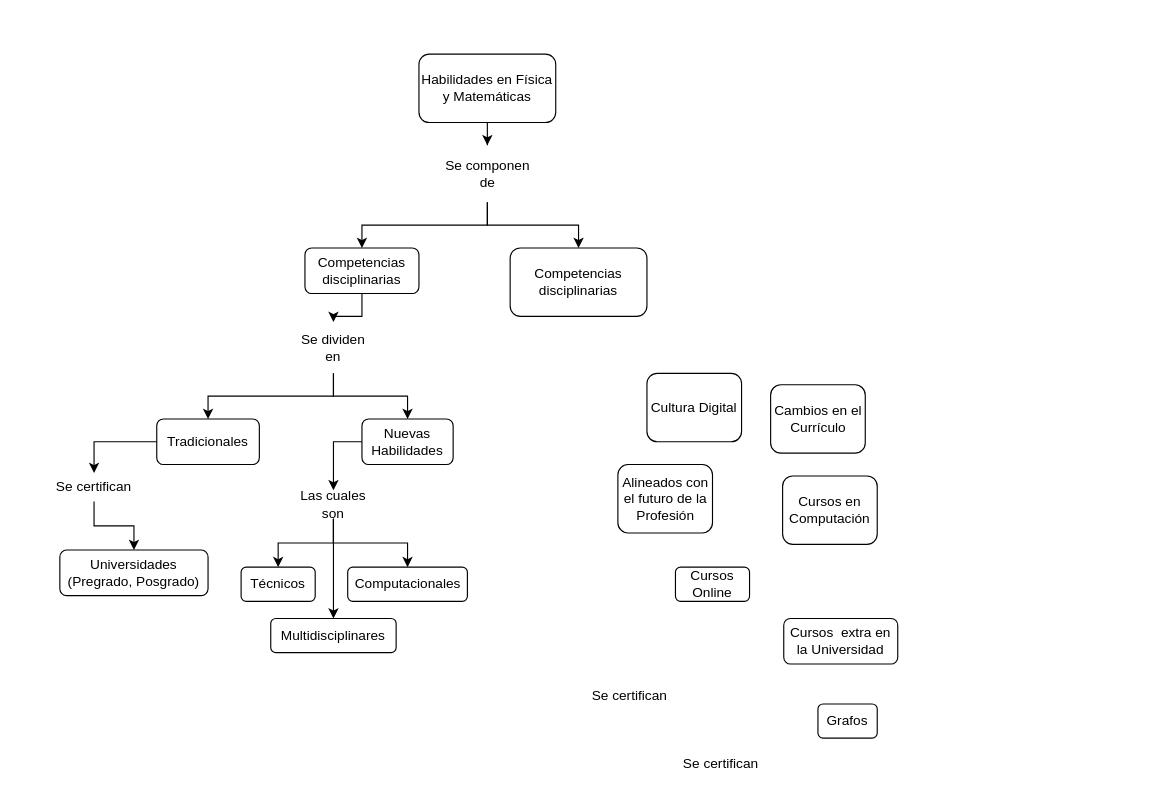
Before: Untitled Diagram.drawio in Andrescqs/test, a draw.io diagram. Source tidied: cells renumbered, new cells numbered last; positions are measured from the earlier drawing's top-left corner, leaving out a move shared by most shapes. Both pictures are drawn from the tidied source at 114%, with x=0, y=0 at pixel (54, 54).
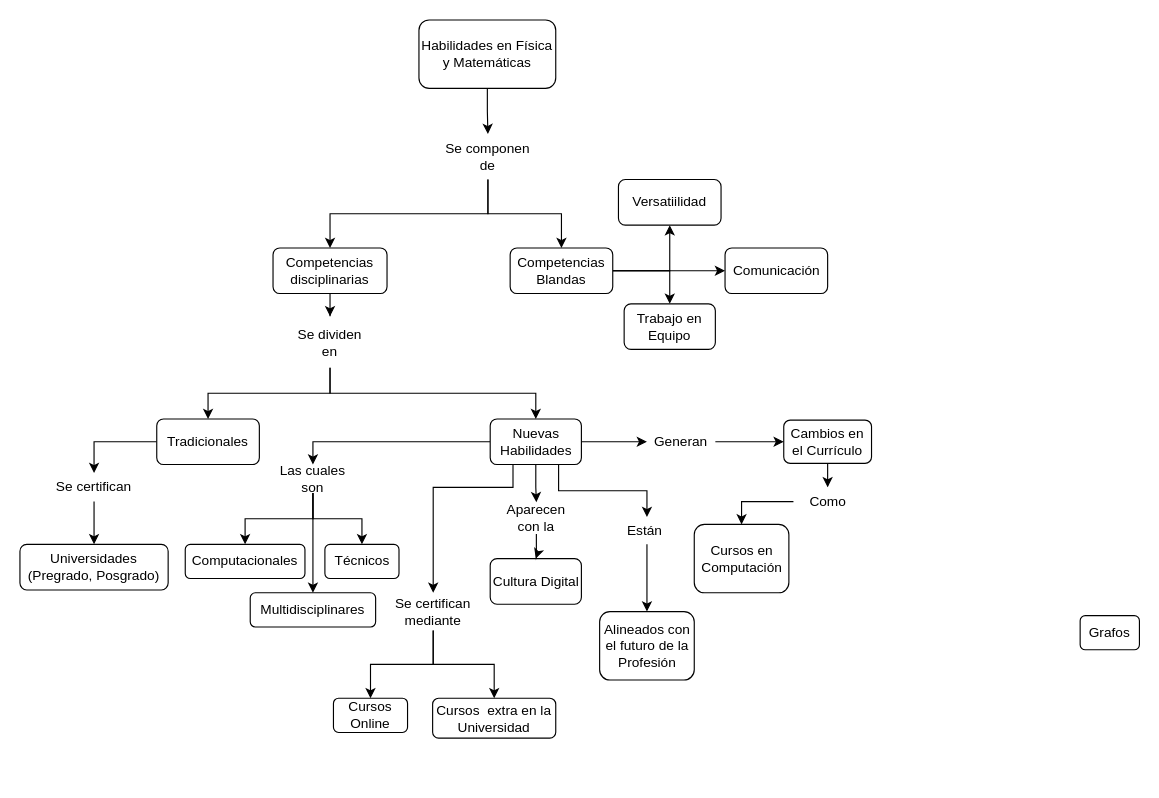
Above is the later version.

What changed in the source:
```diff
@@
     <mxCell id="3" value="Habilidades en Física y Matemáticas" style="rounded=1;whiteSpace=wrap;html=1;" parent="1" vertex="1">
-      <mxGeometry x="320" width="120" height="60" as="geometry" />
+      <mxGeometry x="320" y="-30" width="120" height="60" as="geometry" />
     </mxCell>
@@
     <mxCell id="5" value="Competencias disciplinarias" style="rounded=1;whiteSpace=wrap;html=1;" parent="1" vertex="1">
-      <mxGeometry x="220" y="170" width="100" height="40" as="geometry" />
+      <mxGeometry x="192" y="170" width="100" height="40" as="geometry" />
     </mxCell>
@@
+    <mxCell id="36" style="edgeStyle=orthogonalEdgeStyle;rounded=0;jettySize=auto;html=1;entryX=0.5;entryY=0;entryDx=0;entryDy=0;exitX=0.25;exitY=1;exitDx=0;exitDy=0;" parent="1" edge="1" source="7" target="49">
+      <mxGeometry relative="1" as="geometry">
+        <Array as="points">
+          <mxPoint x="403" y="380" />
+          <mxPoint x="333" y="380" />
+        </Array>
+      </mxGeometry>
+    </mxCell>
+    <mxCell id="37" style="edgeStyle=orthogonalEdgeStyle;rounded=0;jettySize=auto;html=1;entryX=0.5;entryY=0;entryDx=0;entryDy=0;" parent="1" edge="1" source="7" target="51">
+      <mxGeometry relative="1" as="geometry" />
+    </mxCell>
+    <mxCell id="38" style="edgeStyle=orthogonalEdgeStyle;rounded=0;jettySize=auto;html=1;entryX=0.5;entryY=0;entryDx=0;entryDy=0;exitX=0.75;exitY=1;exitDx=0;exitDy=0;" parent="1" edge="1" source="7" target="34">
+      <mxGeometry relative="1" as="geometry" />
+    </mxCell>
+    <mxCell id="39" style="edgeStyle=orthogonalEdgeStyle;rounded=0;jettySize=auto;html=1;entryX=0;entryY=0.5;entryDx=0;entryDy=0;" parent="1" edge="1" source="7" target="35">
+      <mxGeometry relative="1" as="geometry" />
+    </mxCell>
     <mxCell id="7" value="Nuevas Habilidades" style="rounded=1;whiteSpace=wrap;html=1;" parent="1" vertex="1">
-      <mxGeometry x="270" y="320" width="80" height="40" as="geometry" />
+      <mxGeometry x="382.5" y="320" width="80" height="40" as="geometry" />
     </mxCell>
+    <mxCell id="21" value="Cultura Digital" style="rounded=1;whiteSpace=wrap;html=1;" parent="1" vertex="1">
+      <mxGeometry x="382.5" y="442.5" width="80" height="40" as="geometry" />
+    </mxCell>
@@
+    <mxCell id="40" style="edgeStyle=orthogonalEdgeStyle;rounded=0;jettySize=auto;html=1;" parent="1" edge="1" source="10" target="43">
+      <mxGeometry relative="1" as="geometry" />
+    </mxCell>
+    <mxCell id="41" style="edgeStyle=orthogonalEdgeStyle;rounded=0;jettySize=auto;html=1;entryX=0;entryY=0.5;entryDx=0;entryDy=0;" parent="1" edge="1" source="10" target="54">
+      <mxGeometry relative="1" as="geometry" />
+    </mxCell>
+    <mxCell id="42" style="edgeStyle=orthogonalEdgeStyle;rounded=0;jettySize=auto;html=1;entryX=0.5;entryY=0;entryDx=0;entryDy=0;" parent="1" edge="1" source="10" target="55">
+      <mxGeometry relative="1" as="geometry" />
+    </mxCell>
-    <mxCell id="10" value="Competencias disciplinarias" style="rounded=1;whiteSpace=wrap;html=1;" parent="1" vertex="1">
-      <mxGeometry x="400" y="170" width="120" height="60" as="geometry" />
+    <mxCell id="10" value="Competencias Blandas" style="rounded=1;whiteSpace=wrap;html=1;" parent="1" vertex="1">
+      <mxGeometry x="400" y="170" width="90" height="40" as="geometry" />
     </mxCell>
+    <mxCell id="43" value="Versatiilidad" style="rounded=1;whiteSpace=wrap;html=1;" parent="1" vertex="1">
+      <mxGeometry x="495" y="110" width="90" height="40" as="geometry" />
+    </mxCell>
     <mxCell id="11" value="Universidades&lt;br&gt;(Pregrado, Posgrado)" style="rounded=1;whiteSpace=wrap;html=1;" parent="1" vertex="1">
-      <mxGeometry x="5" y="435" width="130" height="40" as="geometry" />
+      <mxGeometry x="-30" y="430" width="130" height="40" as="geometry" />
     </mxCell>
     <mxCell id="12" value="Computacionales" style="rounded=1;whiteSpace=wrap;html=1;" parent="1" vertex="1">
-      <mxGeometry x="257.5" y="450" width="105" height="30" as="geometry" />
+      <mxGeometry x="115" y="430" width="105" height="30" as="geometry" />
     </mxCell>
     <mxCell id="13" value="Técnicos" style="rounded=1;whiteSpace=wrap;html=1;" parent="1" vertex="1">
-      <mxGeometry x="164" y="450" width="65" height="30" as="geometry" />
+      <mxGeometry x="237.5" y="430" width="65" height="30" as="geometry" />
     </mxCell>
     <mxCell id="14" value="Multidisciplinares" style="rounded=1;whiteSpace=wrap;html=1;" parent="1" vertex="1">
-      <mxGeometry x="190" y="495" width="110" height="30" as="geometry" />
+      <mxGeometry x="172" y="472.5" width="110" height="30" as="geometry" />
     </mxCell>
     <mxCell id="15" value="Cursos Online" style="rounded=1;whiteSpace=wrap;html=1;" parent="1" vertex="1">
-      <mxGeometry x="545" y="450" width="65" height="30" as="geometry" />
+      <mxGeometry x="245" y="565" width="65" height="30" as="geometry" />
     </mxCell>
     <mxCell id="16" value="Cursos &amp;nbsp;extra en la Universidad" style="rounded=1;whiteSpace=wrap;html=1;" parent="1" vertex="1">
-      <mxGeometry x="640" y="495" width="100" height="40" as="geometry" />
+      <mxGeometry x="332" y="565" width="108" height="35" as="geometry" />
     </mxCell>
     <mxCell id="17" value="Grafos" style="rounded=1;whiteSpace=wrap;html=1;" parent="1" vertex="1">
-      <mxGeometry x="670" y="570" width="52" height="30" as="geometry" />
+      <mxGeometry x="900" y="492.5" width="52" height="30" as="geometry" />
     </mxCell>
     <mxCell id="18" value="Alineados con el futuro de la Profesión" style="rounded=1;whiteSpace=wrap;html=1;" parent="1" vertex="1">
-      <mxGeometry x="494.5" y="360" width="83" height="60" as="geometry" />
+      <mxGeometry x="478.5" y="489" width="83" height="60" as="geometry" />
     </mxCell>
+    <mxCell id="44" style="edgeStyle=orthogonalEdgeStyle;rounded=0;jettySize=auto;html=1;entryX=0.5;entryY=0;entryDx=0;entryDy=0;" parent="1" edge="1" source="19" target="53">
+      <mxGeometry relative="1" as="geometry" />
+    </mxCell>
     <mxCell id="19" value="Cambios en el Currículo" style="rounded=1;whiteSpace=wrap;html=1;" parent="1" vertex="1">
-      <mxGeometry x="628.5" y="290" width="83" height="60" as="geometry" />
+      <mxGeometry x="640" y="321" width="77" height="38" as="geometry" />
     </mxCell>
     <mxCell id="20" value="Cursos en Computación" style="rounded=1;whiteSpace=wrap;html=1;" parent="1" vertex="1">
-      <mxGeometry x="639" y="370" width="83" height="60" as="geometry" />
+      <mxGeometry x="561.5" y="412.5" width="83" height="60" as="geometry" />
     </mxCell>
-    <mxCell id="21" value="Cultura Digital" style="rounded=1;whiteSpace=wrap;html=1;" parent="1" vertex="1">
-      <mxGeometry x="520" y="280" width="83" height="60" as="geometry" />
-    </mxCell>
@@
     <mxCell id="24" value="Se componen de" style="text;html=1;strokeColor=none;fillColor=none;align=center;verticalAlign=middle;whiteSpace=wrap;rounded=0;" parent="1" vertex="1">
-      <mxGeometry x="337.5" y="80" width="85" height="50" as="geometry" />
+      <mxGeometry x="338" y="70" width="85" height="40" as="geometry" />
     </mxCell>
@@
-    <mxCell id="26" style="edgeStyle=orthogonalEdgeStyle;rounded=0;jettySize=auto;html=1;entryX=0.5;entryY=0;entryDx=0;entryDy=0;" parent="1" edge="1" source="27" target="7">
+    <mxCell id="26" style="edgeStyle=orthogonalEdgeStyle;rounded=0;jettySize=auto;html=1;entryX=0.5;entryY=0;entryDx=0;entryDy=0;exitX=0.5;exitY=1;exitDx=0;exitDy=0;" parent="1" edge="1" source="27" target="7">
       <mxGeometry relative="1" as="geometry" />
     </mxCell>
     <mxCell id="27" value="Se dividen en" style="text;html=1;strokeColor=none;fillColor=none;align=center;verticalAlign=middle;whiteSpace=wrap;rounded=0;" parent="1" vertex="1">
-      <mxGeometry x="210" y="235" width="70" height="45" as="geometry" />
+      <mxGeometry x="207" y="230" width="70" height="45" as="geometry" />
     </mxCell>
@@
-    <mxCell id="30" style="edgeStyle=orthogonalEdgeStyle;rounded=0;jettySize=auto;html=1;entryX=0.5;entryY=0;entryDx=0;entryDy=0;" parent="1" edge="1" source="33" target="12">
-      <mxGeometry relative="1" as="geometry" />
-    </mxCell>
@@
+    <mxCell id="30" style="edgeStyle=orthogonalEdgeStyle;rounded=0;jettySize=auto;html=1;" parent="1" edge="1" source="33" target="12">
+      <mxGeometry relative="1" as="geometry" />
+    </mxCell>
     <mxCell id="33" value="Las cuales son" style="text;html=1;strokeColor=none;fillColor=none;align=center;verticalAlign=middle;whiteSpace=wrap;rounded=0;" parent="1" vertex="1">
-      <mxGeometry x="210" y="382.5" width="70" height="25" as="geometry" />
+      <mxGeometry x="192" y="360" width="70" height="25" as="geometry" />
     </mxCell>
+    <mxCell id="45" style="edgeStyle=orthogonalEdgeStyle;rounded=0;jettySize=auto;html=1;entryX=0.5;entryY=0;entryDx=0;entryDy=0;" parent="1" edge="1" source="34" target="18">
+      <mxGeometry relative="1" as="geometry" />
+    </mxCell>
-    <mxCell id="34" value="Se certifican" style="text;html=1;strokeColor=none;fillColor=none;align=center;verticalAlign=middle;whiteSpace=wrap;rounded=0;" parent="1" vertex="1">
-      <mxGeometry x="470" y="550" width="70" height="25" as="geometry" />
+    <mxCell id="34" value="Están&amp;nbsp;" style="text;html=1;strokeColor=none;fillColor=none;align=center;verticalAlign=middle;whiteSpace=wrap;rounded=0;" parent="1" vertex="1">
+      <mxGeometry x="495" y="406" width="50" height="24" as="geometry" />
     </mxCell>
+    <mxCell id="46" style="edgeStyle=orthogonalEdgeStyle;rounded=0;jettySize=auto;html=1;entryX=0;entryY=0.5;entryDx=0;entryDy=0;" parent="1" edge="1" source="35" target="19">
+      <mxGeometry relative="1" as="geometry" />
+    </mxCell>
-    <mxCell id="35" value="Se certifican" style="text;html=1;strokeColor=none;fillColor=none;align=center;verticalAlign=middle;whiteSpace=wrap;rounded=0;" parent="1" vertex="1">
-      <mxGeometry x="550" y="610" width="70" height="25" as="geometry" />
+    <mxCell id="35" value="Generan" style="text;html=1;strokeColor=none;fillColor=none;align=center;verticalAlign=middle;whiteSpace=wrap;rounded=0;" parent="1" vertex="1">
+      <mxGeometry x="520" y="327.5" width="60" height="25" as="geometry" />
     </mxCell>
+    <mxCell id="47" style="edgeStyle=orthogonalEdgeStyle;rounded=0;jettySize=auto;html=1;entryX=0.5;entryY=0;entryDx=0;entryDy=0;" parent="1" edge="1" source="49" target="15">
+      <mxGeometry relative="1" as="geometry" />
+    </mxCell>
+    <mxCell id="48" style="edgeStyle=orthogonalEdgeStyle;rounded=0;jettySize=auto;html=1;entryX=0.5;entryY=0;entryDx=0;entryDy=0;" parent="1" edge="1" source="49" target="16">
+      <mxGeometry relative="1" as="geometry" />
+    </mxCell>
+    <mxCell id="49" value="Se certifican mediante" style="text;html=1;strokeColor=none;fillColor=none;align=center;verticalAlign=middle;whiteSpace=wrap;rounded=0;" parent="1" vertex="1">
+      <mxGeometry x="296" y="472.5" width="73" height="33" as="geometry" />
+    </mxCell>
+    <mxCell id="50" style="edgeStyle=orthogonalEdgeStyle;rounded=0;jettySize=auto;html=1;entryX=0.5;entryY=0;entryDx=0;entryDy=0;" parent="1" edge="1" source="51" target="21">
+      <mxGeometry relative="1" as="geometry" />
+    </mxCell>
+    <mxCell id="51" value="Aparecen con la" style="text;html=1;strokeColor=none;fillColor=none;align=center;verticalAlign=middle;whiteSpace=wrap;rounded=0;" parent="1" vertex="1">
+      <mxGeometry x="386" y="393" width="74" height="28" as="geometry" />
+    </mxCell>
+    <mxCell id="52" style="edgeStyle=orthogonalEdgeStyle;rounded=0;jettySize=auto;html=1;entryX=0.5;entryY=0;entryDx=0;entryDy=0;" parent="1" edge="1" source="53" target="20">
+      <mxGeometry relative="1" as="geometry" />
+    </mxCell>
+    <mxCell id="53" value="Como" style="text;html=1;strokeColor=none;fillColor=none;align=center;verticalAlign=middle;whiteSpace=wrap;rounded=0;" parent="1" vertex="1">
+      <mxGeometry x="648.5" y="380" width="60" height="25" as="geometry" />
+    </mxCell>
+    <mxCell id="54" value="Comunicación" style="rounded=1;whiteSpace=wrap;html=1;" parent="1" vertex="1">
+      <mxGeometry x="588.5" y="170" width="90" height="40" as="geometry" />
+    </mxCell>
+    <mxCell id="55" value="Trabajo en Equipo" style="rounded=1;whiteSpace=wrap;html=1;" parent="1" vertex="1">
+      <mxGeometry x="500" y="219" width="80" height="40" as="geometry" />
+    </mxCell>
```
